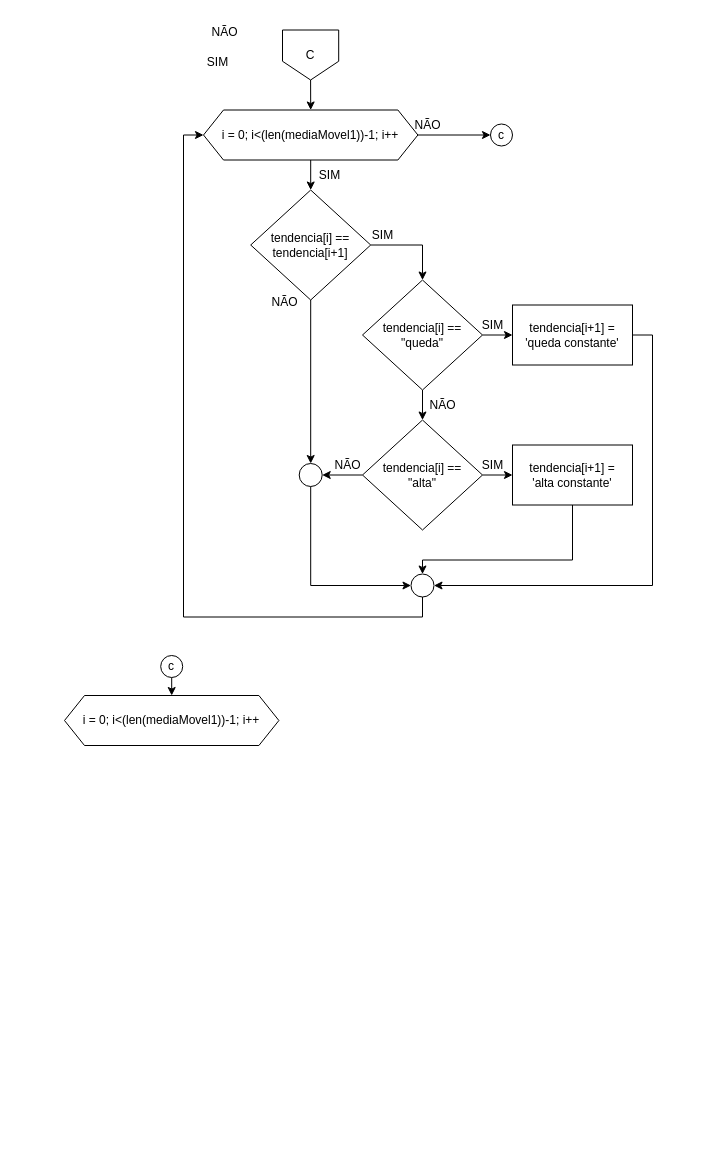
Above: Parte3.drawio in KauanBaiense/moving-average (draw.io), before the change. Source tidied: cells renumbered, new cells numbered last; positions are measured from the earlier drawing's top-left corner, leaving out a move shared by most shapes. Both pictures are drawn from the tidied source at 100%, with x=0, y=0 at pixel (64, 17).
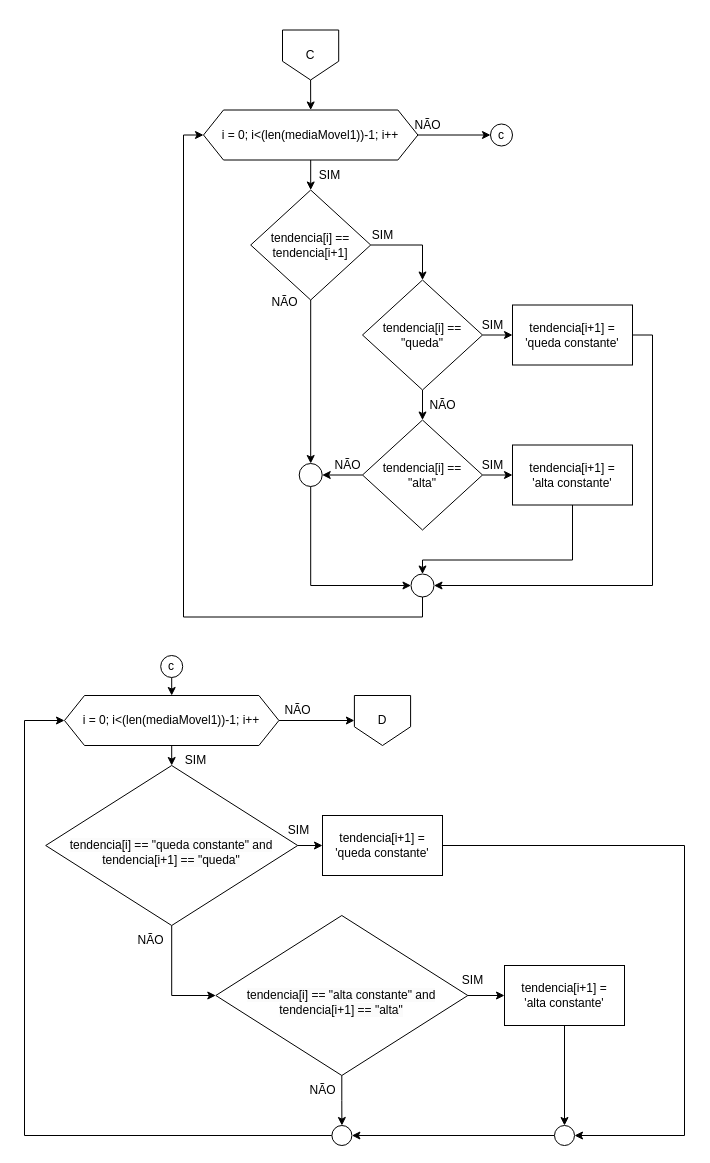
The same diagram, later.

Unchanged cells that the change refers to:
```xml
<mxCell id="33" value="i = 0; i&amp;lt;(len(mediaMovel1))-1; i++" style="shape=hexagon;perimeter=hexagonPerimeter2;whiteSpace=wrap;html=1;fixedSize=1;" parent="1" vertex="1">
  <mxGeometry y="678" width="214.4" height="50" as="geometry" />
</mxCell>
```

Change to the diagram source:
```diff
@@
-    <mxCell id="13" value="NÃO" style="text;html=1;align=center;verticalAlign=middle;strokeColor=none;fillColor=none;" parent="1" vertex="1">
-      <mxGeometry x="135.2" width="50" height="30" as="geometry" />
-    </mxCell>
-    <mxCell id="14" value="SIM" style="text;html=1;align=center;verticalAlign=middle;strokeColor=none;fillColor=none;" parent="1" vertex="1">
-      <mxGeometry x="133" y="30" width="40" height="30" as="geometry" />
-    </mxCell>
@@
+    <mxCell id="38" style="edgeStyle=orthogonalEdgeStyle;rounded=0;jettySize=auto;html=1;exitX=0.5;exitY=1;exitDx=0;exitDy=0;entryX=0.5;entryY=0;entryDx=0;entryDy=0;" parent="1" edge="1" source="33" target="42">
+      <mxGeometry relative="1" as="geometry" />
+    </mxCell>
+    <mxCell id="39" style="edgeStyle=orthogonalEdgeStyle;rounded=0;jettySize=auto;html=1;exitX=1;exitY=0.5;exitDx=0;exitDy=0;entryX=0;entryY=0.5;entryDx=0;entryDy=0;" parent="1" edge="1" source="33" target="59">
+      <mxGeometry relative="1" as="geometry" />
+    </mxCell>
@@
+    <mxCell id="40" style="edgeStyle=orthogonalEdgeStyle;rounded=0;jettySize=auto;html=1;exitX=1;exitY=0.5;exitDx=0;exitDy=0;entryX=0;entryY=0.5;entryDx=0;entryDy=0;" parent="1" edge="1" source="42" target="44">
+      <mxGeometry relative="1" as="geometry" />
+    </mxCell>
+    <mxCell id="41" style="edgeStyle=orthogonalEdgeStyle;rounded=0;jettySize=auto;html=1;exitX=0.5;exitY=1;exitDx=0;exitDy=0;entryX=0;entryY=0.5;entryDx=0;entryDy=0;" parent="1" edge="1" source="42" target="47">
+      <mxGeometry relative="1" as="geometry" />
+    </mxCell>
+    <mxCell id="42" value="&lt;br&gt;&lt;span style=&quot;color: rgb(0, 0, 0); font-family: Helvetica; font-size: 12px; font-style: normal; font-variant-ligatures: normal; font-variant-caps: normal; font-weight: 400; letter-spacing: normal; orphans: 2; text-align: center; text-indent: 0px; text-transform: none; widows: 2; word-spacing: 0px; -webkit-text-stroke-width: 0px; background-color: rgb(251, 251, 251); text-decoration-thickness: initial; text-decoration-style: initial; text-decoration-color: initial; float: none; display: inline !important;&quot;&gt;tendencia[i] == &quot;queda constante&quot; and tendencia[i+1] == &quot;queda&quot;&lt;/span&gt;" style="rhombus;whiteSpace=wrap;html=1;" parent="1" vertex="1">
+      <mxGeometry x="-18.8" y="748" width="252" height="160" as="geometry" />
+    </mxCell>
+    <mxCell id="43" style="edgeStyle=orthogonalEdgeStyle;rounded=0;jettySize=auto;html=1;exitX=1;exitY=0.5;exitDx=0;exitDy=0;entryX=1;entryY=0.5;entryDx=0;entryDy=0;" parent="1" edge="1" source="44" target="53">
+      <mxGeometry relative="1" as="geometry">
+        <Array as="points">
+          <mxPoint x="620" y="828" />
+          <mxPoint x="620" y="1118" />
+        </Array>
+      </mxGeometry>
+    </mxCell>
+    <mxCell id="44" value="tendencia[i+1] = 'queda constante'" style="rounded=0;whiteSpace=wrap;html=1;" parent="1" vertex="1">
+      <mxGeometry x="258" y="798" width="120" height="60" as="geometry" />
+    </mxCell>
+    <mxCell id="45" style="edgeStyle=orthogonalEdgeStyle;rounded=0;jettySize=auto;html=1;exitX=1;exitY=0.5;exitDx=0;exitDy=0;entryX=0;entryY=0.5;entryDx=0;entryDy=0;" parent="1" edge="1" source="47" target="49">
+      <mxGeometry relative="1" as="geometry" />
+    </mxCell>
+    <mxCell id="46" style="edgeStyle=orthogonalEdgeStyle;rounded=0;jettySize=auto;html=1;exitX=0.5;exitY=1;exitDx=0;exitDy=0;entryX=0.5;entryY=0;entryDx=0;entryDy=0;" parent="1" edge="1" source="47" target="51">
+      <mxGeometry relative="1" as="geometry" />
+    </mxCell>
+    <mxCell id="47" value="&lt;br&gt;&lt;span style=&quot;color: rgb(0, 0, 0); font-family: Helvetica; font-size: 12px; font-style: normal; font-variant-ligatures: normal; font-variant-caps: normal; font-weight: 400; letter-spacing: normal; orphans: 2; text-align: center; text-indent: 0px; text-transform: none; widows: 2; word-spacing: 0px; -webkit-text-stroke-width: 0px; background-color: rgb(251, 251, 251); text-decoration-thickness: initial; text-decoration-style: initial; text-decoration-color: initial; float: none; display: inline !important;&quot;&gt;tendencia[i] == &quot;alta constante&quot; and tendencia[i+1] == &quot;alta&quot;&lt;/span&gt;" style="rhombus;whiteSpace=wrap;html=1;" parent="1" vertex="1">
+      <mxGeometry x="151.3" y="898" width="252" height="160" as="geometry" />
+    </mxCell>
+    <mxCell id="48" style="edgeStyle=orthogonalEdgeStyle;rounded=0;jettySize=auto;html=1;exitX=0.5;exitY=1;exitDx=0;exitDy=0;entryX=0.5;entryY=0;entryDx=0;entryDy=0;" parent="1" edge="1" source="49" target="53">
+      <mxGeometry relative="1" as="geometry" />
+    </mxCell>
+    <mxCell id="49" value="tendencia[i+1] = &lt;br&gt;'alta constante'" style="rounded=0;whiteSpace=wrap;html=1;" parent="1" vertex="1">
+      <mxGeometry x="440" y="948" width="120" height="60" as="geometry" />
+    </mxCell>
+    <mxCell id="50" style="edgeStyle=orthogonalEdgeStyle;rounded=0;jettySize=auto;html=1;exitX=0;exitY=0.5;exitDx=0;exitDy=0;entryX=0;entryY=0.5;entryDx=0;entryDy=0;" parent="1" edge="1" source="51" target="33">
+      <mxGeometry relative="1" as="geometry">
+        <Array as="points">
+          <mxPoint x="-40" y="1118" />
+          <mxPoint x="-40" y="703" />
+        </Array>
+      </mxGeometry>
+    </mxCell>
+    <mxCell id="51" style="ellipse;whiteSpace=wrap;html=1;" parent="1" vertex="1">
+      <mxGeometry x="267.4" y="1108" width="20" height="20" as="geometry" />
+    </mxCell>
+    <mxCell id="52" style="edgeStyle=orthogonalEdgeStyle;rounded=0;jettySize=auto;html=1;exitX=0;exitY=0.5;exitDx=0;exitDy=0;entryX=1;entryY=0.5;entryDx=0;entryDy=0;" parent="1" edge="1" source="53" target="51">
+      <mxGeometry relative="1" as="geometry" />
+    </mxCell>
+    <mxCell id="53" style="ellipse;whiteSpace=wrap;html=1;" parent="1" vertex="1">
+      <mxGeometry x="490" y="1108" width="20" height="20" as="geometry" />
+    </mxCell>
+    <mxCell id="54" value="SIM" style="text;html=1;align=center;verticalAlign=middle;strokeColor=none;fillColor=none;" parent="1" vertex="1">
+      <mxGeometry x="111.4" y="728" width="40" height="30" as="geometry" />
+    </mxCell>
+    <mxCell id="55" value="SIM" style="text;html=1;align=center;verticalAlign=middle;strokeColor=none;fillColor=none;" parent="1" vertex="1">
+      <mxGeometry x="214.4" y="798" width="40" height="30" as="geometry" />
+    </mxCell>
+    <mxCell id="56" value="SIM" style="text;html=1;align=center;verticalAlign=middle;strokeColor=none;fillColor=none;" parent="1" vertex="1">
+      <mxGeometry x="388" y="948" width="40" height="30" as="geometry" />
+    </mxCell>
+    <mxCell id="57" value="NÃO" style="text;html=1;align=center;verticalAlign=middle;strokeColor=none;fillColor=none;" parent="1" vertex="1">
+      <mxGeometry x="61.4" y="908" width="50" height="30" as="geometry" />
+    </mxCell>
+    <mxCell id="58" value="NÃO" style="text;html=1;align=center;verticalAlign=middle;strokeColor=none;fillColor=none;" parent="1" vertex="1">
+      <mxGeometry x="233.2" y="1058" width="50" height="30" as="geometry" />
+    </mxCell>
+    <mxCell id="59" value="D" style="shape=offPageConnector;whiteSpace=wrap;html=1;" parent="1" vertex="1">
+      <mxGeometry x="289.9" y="678" width="56.2" height="50" as="geometry" />
+    </mxCell>
+    <mxCell id="60" value="NÃO" style="text;html=1;align=center;verticalAlign=middle;strokeColor=none;fillColor=none;" parent="1" vertex="1">
+      <mxGeometry x="208" y="678" width="50" height="30" as="geometry" />
+    </mxCell>
```
